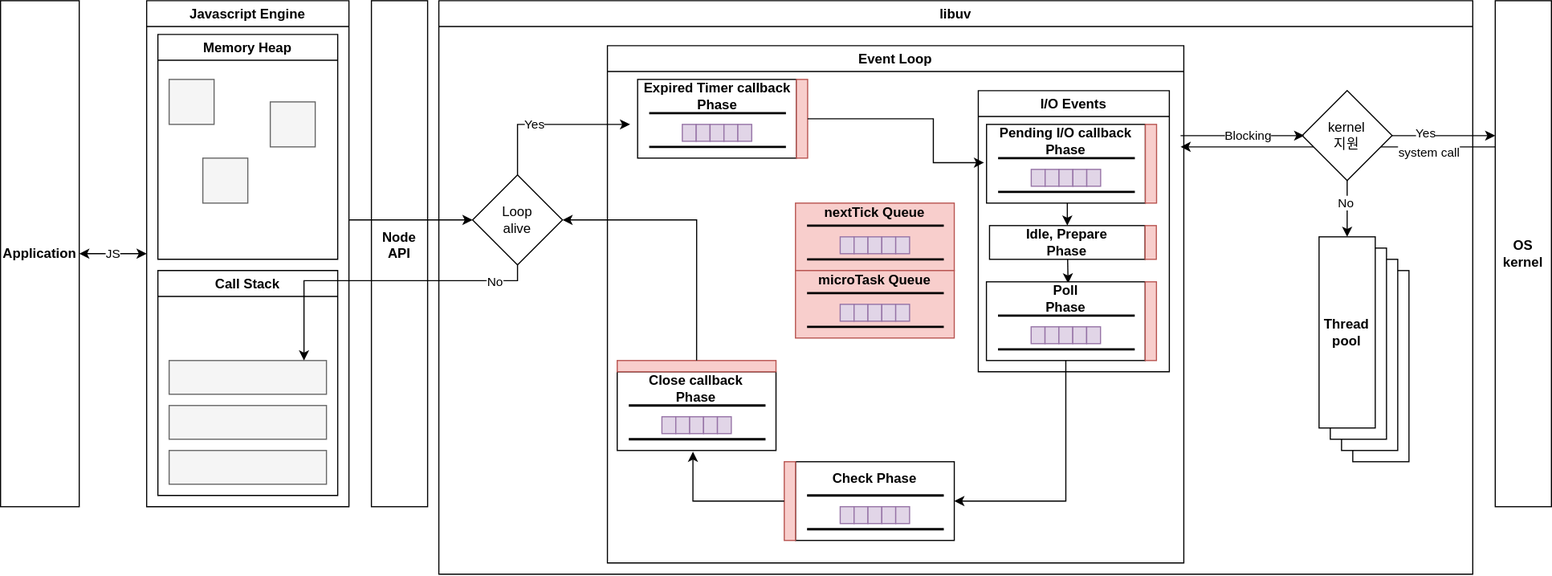
The draw.io diagram 08/yongki/assets/node.drawio.svg in cs-study-org/cs-study, before a commit. Source tidied: cells renumbered, new cells last; positions are measured from the earlier drawing's top-left corner, leaving out a move shared by most shapes.
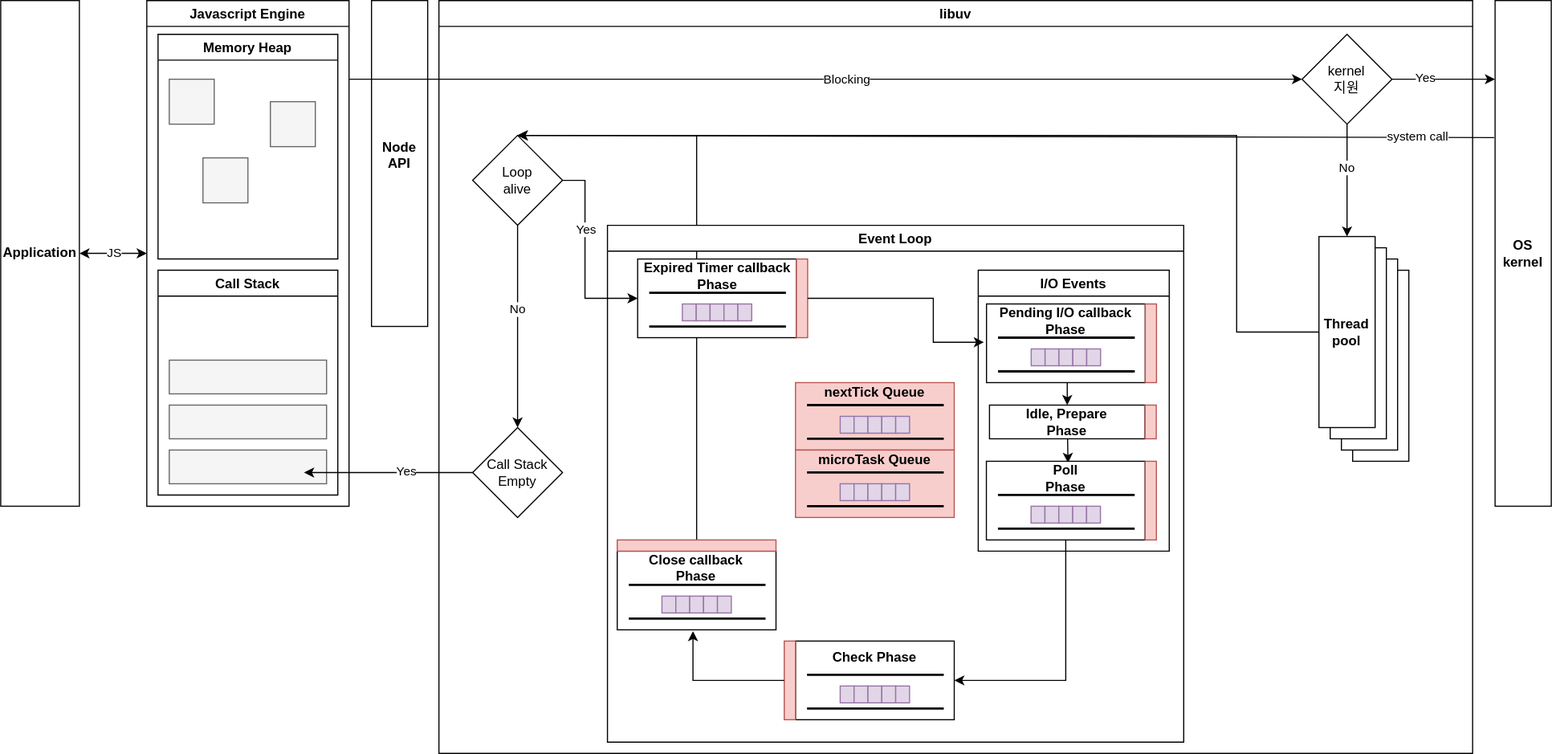
After the commit.

Commit message:
:bento: Update node diagram

all blocking goes background

What changed in the source:
```diff
@@ -11,14 +11,12 @@
     <mxCell id="4" style="rounded=0;whiteSpace=wrap;html=1;" parent="1" vertex="1">
       <mxGeometry x="1183.2" y="220" width="50" height="170" as="geometry" />
     </mxCell>
-    <mxCell id="5" style="edgeStyle=none;html=1;exitX=0;exitY=0.289;exitDx=0;exitDy=0;exitPerimeter=0;endArrow=classic;endFill=1;" parent="1" edge="1" source="7">
-      <mxGeometry relative="1" as="geometry">
-        <mxPoint x="1050" y="130" as="targetPoint" />
-      </mxGeometry>
+    <mxCell id="5" style="edgeStyle=none;html=1;exitX=-0.017;exitY=0.271;exitDx=0;exitDy=0;exitPerimeter=0;endArrow=classic;endFill=1;entryX=0.5;entryY=0;entryDx=0;entryDy=0;" parent="1" edge="1" source="7" target="95">
+      <mxGeometry relative="1" as="geometry" />
     </mxCell>
     <mxCell id="6" value="system call" style="edgeLabel;html=1;align=center;verticalAlign=middle;" parent="5" vertex="1">
       <mxGeometry x="0.69" y="2" relative="1" as="geometry">
-        <mxPoint x="177" y="3" as="offset" />
+        <mxPoint x="666" y="-2" as="offset" />
       </mxGeometry>
     </mxCell>
     <mxCell id="7" value="&lt;b&gt;OS kernel&lt;/b&gt;" style="rounded=0;whiteSpace=wrap;html=1;" parent="1" vertex="1">
@@ -52,10 +50,17 @@
       <mxGeometry x="10" y="80" width="140" height="30" as="geometry" />
     </mxCell>
     <mxCell id="17" value="libuv" style="swimlane;" parent="1" vertex="1">
-      <mxGeometry x="390" width="920" height="510" as="geometry" />
+      <mxGeometry x="390" width="920" height="670" as="geometry" />
     </mxCell>
+    <mxCell id="112" style="edgeStyle=orthogonalEdgeStyle;rounded=0;html=1;entryX=0.5;entryY=0;entryDx=0;entryDy=0;" parent="17" edge="1" source="72" target="95">
+      <mxGeometry relative="1" as="geometry">
+        <Array as="points">
+          <mxPoint x="229" y="120" />
+        </Array>
+      </mxGeometry>
+    </mxCell>
     <mxCell id="18" value="Event Loop" style="swimlane;" parent="17" vertex="1">
-      <mxGeometry x="150" y="40" width="512.9" height="460" as="geometry" />
+      <mxGeometry x="150" y="200" width="512.9" height="460" as="geometry" />
     </mxCell>
     <mxCell id="19" value="I/O Events" style="swimlane;" parent="18" vertex="1">
       <mxGeometry x="330" y="40" width="170" height="250" as="geometry" />
@@ -287,51 +292,51 @@
     <mxCell id="92" style="edgeStyle=orthogonalEdgeStyle;rounded=0;html=1;entryX=0.477;entryY=1.016;entryDx=0;entryDy=0;entryPerimeter=0;endArrow=classic;endFill=1;" parent="18" edge="1" source="82" target="71">
       <mxGeometry relative="1" as="geometry" />
     </mxCell>
-    <mxCell id="93" style="edgeStyle=orthogonalEdgeStyle;rounded=0;html=1;entryX=0;entryY=0.5;entryDx=0;entryDy=0;startArrow=none;startFill=0;endArrow=classic;endFill=1;exitX=0.5;exitY=0;exitDx=0;exitDy=0;" parent="17" edge="1" source="95">
-      <mxGeometry relative="1" as="geometry">
-        <mxPoint x="170.2" y="110" as="targetPoint" />
-        <Array as="points">
-          <mxPoint x="70" y="110" />
-        </Array>
-      </mxGeometry>
-    </mxCell>
-    <mxCell id="94" value="Yes" style="edgeLabel;html=1;align=center;verticalAlign=middle;" parent="93" vertex="1">
-      <mxGeometry x="-0.18" relative="1" as="geometry" />
-    </mxCell>
+    <mxCell id="113" style="edgeStyle=orthogonalEdgeStyle;rounded=0;html=1;entryX=0;entryY=0.5;entryDx=0;entryDy=0;" parent="17" edge="1" source="95" target="45">
+      <mxGeometry relative="1" as="geometry">
+        <Array as="points">
+          <mxPoint x="130" y="160" />
+          <mxPoint x="130" y="265" />
+        </Array>
+      </mxGeometry>
+    </mxCell>
+    <mxCell id="114" value="Yes" style="edgeLabel;html=1;align=center;verticalAlign=middle;" parent="113" vertex="1">
+      <mxGeometry x="-0.27" relative="1" as="geometry" />
+    </mxCell>
     <mxCell id="95" value="Loop &lt;br&gt;alive" style="rhombus;whiteSpace=wrap;html=1;" parent="17" vertex="1">
-      <mxGeometry x="30" y="155" width="80" height="80" as="geometry" />
+      <mxGeometry x="30" y="120" width="80" height="80" as="geometry" />
     </mxCell>
+    <mxCell id="115" style="edgeStyle=orthogonalEdgeStyle;rounded=0;html=1;entryX=0.5;entryY=0;entryDx=0;entryDy=0;" parent="17" edge="1" source="96" target="95">
+      <mxGeometry relative="1" as="geometry">
+        <Array as="points">
+          <mxPoint x="710" y="295" />
+          <mxPoint x="710" y="120" />
+        </Array>
+      </mxGeometry>
+    </mxCell>
     <mxCell id="96" value="&lt;b&gt;Thread pool&lt;/b&gt;" style="rounded=0;whiteSpace=wrap;html=1;" parent="17" vertex="1">
       <mxGeometry x="783.2" y="210" width="50" height="170" as="geometry" />
     </mxCell>
     <mxCell id="97" value="kernel&lt;br&gt;지원" style="rhombus;whiteSpace=wrap;html=1;" parent="17" vertex="1">
-      <mxGeometry x="768.2" y="80" width="80" height="80" as="geometry" />
+      <mxGeometry x="768.2" y="30" width="80" height="80" as="geometry" />
     </mxCell>
-    <mxCell id="98" style="edgeStyle=none;html=1;" parent="17" edge="1">
-      <mxGeometry relative="1" as="geometry">
-        <mxPoint x="660" y="120" as="sourcePoint" />
-        <mxPoint x="770" y="120" as="targetPoint" />
-        <Array as="points">
-          <mxPoint x="770" y="120" />
-        </Array>
-      </mxGeometry>
-    </mxCell>
-    <mxCell id="99" value="Blocking" style="edgeLabel;html=1;align=center;verticalAlign=middle;" parent="98" vertex="1">
-      <mxGeometry x="-0.09" relative="1" as="geometry">
-        <mxPoint x="10" as="offset" />
-      </mxGeometry>
-    </mxCell>
     <mxCell id="100" style="edgeStyle=none;html=1;exitX=0.5;exitY=1;exitDx=0;exitDy=0;entryX=0.5;entryY=0;entryDx=0;entryDy=0;" parent="17" edge="1" source="97" target="96">
       <mxGeometry relative="1" as="geometry" />
     </mxCell>
     <mxCell id="101" value="No" style="edgeLabel;html=1;align=center;verticalAlign=middle;" parent="100" vertex="1">
       <mxGeometry x="-0.22" y="-1" relative="1" as="geometry" />
     </mxCell>
-    <mxCell id="102" style="edgeStyle=orthogonalEdgeStyle;rounded=0;html=1;entryX=1;entryY=0.5;entryDx=0;entryDy=0;endArrow=classic;endFill=1;exitX=0.5;exitY=0;exitDx=0;exitDy=0;" parent="17" edge="1" source="79" target="95">
-      <mxGeometry relative="1" as="geometry" />
-    </mxCell>
+    <mxCell id="116" value="Call Stack&lt;br&gt;Empty" style="rhombus;whiteSpace=wrap;html=1;" parent="17" vertex="1">
+      <mxGeometry x="30" y="380" width="80" height="80" as="geometry" />
+    </mxCell>
+    <mxCell id="108" style="html=1;startArrow=none;startFill=0;endArrow=classic;endFill=1;rounded=0;exitX=0.5;exitY=1;exitDx=0;exitDy=0;entryX=0.5;entryY=0;entryDx=0;entryDy=0;edgeStyle=orthogonalEdgeStyle;" parent="17" edge="1" source="95" target="116">
+      <mxGeometry relative="1" as="geometry" />
+    </mxCell>
+    <mxCell id="109" value="No" style="edgeLabel;html=1;align=center;verticalAlign=middle;" parent="108" vertex="1">
+      <mxGeometry x="-0.17" y="-1" relative="1" as="geometry" />
+    </mxCell>
     <mxCell id="103" value="&lt;b&gt;Node&lt;br&gt;API&lt;br&gt;&lt;br&gt;&lt;/b&gt;" style="rounded=0;whiteSpace=wrap;html=1;" parent="1" vertex="1">
-      <mxGeometry x="330" width="50" height="450" as="geometry" />
+      <mxGeometry x="330" width="50" height="290" as="geometry" />
     </mxCell>
     <mxCell id="104" style="edgeStyle=none;html=1;entryX=0;entryY=0.5;entryDx=0;entryDy=0;startArrow=classic;startFill=1;" parent="1" edge="1">
       <mxGeometry relative="1" as="geometry">
@@ -347,32 +352,27 @@
     <mxCell id="106" value="&lt;b&gt;Application&lt;br&gt;&lt;/b&gt;" style="rounded=0;whiteSpace=wrap;html=1;" parent="1" vertex="1">
       <mxGeometry width="70" height="450" as="geometry" />
     </mxCell>
-    <mxCell id="107" style="edgeStyle=none;html=1;startArrow=classic;startFill=1;endArrow=none;endFill=0;" parent="1" edge="1" source="95">
+    <mxCell id="107" style="edgeStyle=none;html=1;startArrow=classic;startFill=1;endArrow=none;endFill=0;" parent="1" edge="1" source="97">
       <mxGeometry relative="1" as="geometry">
-        <mxPoint x="310" y="195" as="targetPoint" />
+        <mxPoint x="310" y="70" as="targetPoint" />
       </mxGeometry>
     </mxCell>
-    <mxCell id="108" style="edgeStyle=orthogonalEdgeStyle;html=1;startArrow=none;startFill=0;endArrow=classic;endFill=1;rounded=0;exitX=0.5;exitY=1;exitDx=0;exitDy=0;" parent="1" edge="1" source="95">
-      <mxGeometry relative="1" as="geometry">
-        <mxPoint x="270" y="320" as="targetPoint" />
-        <Array as="points">
-          <mxPoint x="460" y="249" />
-          <mxPoint x="270" y="249" />
-        </Array>
-      </mxGeometry>
-    </mxCell>
-    <mxCell id="109" value="No" style="edgeLabel;html=1;align=center;verticalAlign=middle;" parent="108" vertex="1">
-      <mxGeometry x="-0.83" relative="1" as="geometry">
-        <mxPoint x="-10" y="1" as="offset" />
-      </mxGeometry>
-    </mxCell>
+    <mxCell id="99" value="Blocking" style="edgeLabel;html=1;align=center;verticalAlign=middle;" parent="107" vertex="1">
+      <mxGeometry x="-0.05" y="-1" relative="1" as="geometry" />
+    </mxCell>
     <mxCell id="110" style="edgeStyle=none;html=1;" parent="1" edge="1" source="97">
       <mxGeometry relative="1" as="geometry">
-        <mxPoint x="1330" y="120" as="targetPoint" />
+        <mxPoint x="1330" y="70" as="targetPoint" />
       </mxGeometry>
     </mxCell>
     <mxCell id="111" value="Yes" style="edgeLabel;html=1;align=center;verticalAlign=middle;" parent="110" vertex="1">
       <mxGeometry x="-0.36" y="2" relative="1" as="geometry" />
     </mxCell>
+    <mxCell id="117" style="edgeStyle=none;html=1;exitX=0;exitY=0.5;exitDx=0;exitDy=0;entryX=0.857;entryY=0.667;entryDx=0;entryDy=0;entryPerimeter=0;" parent="1" edge="1" source="116" target="14">
+      <mxGeometry relative="1" as="geometry" />
+    </mxCell>
+    <mxCell id="118" value="Yes" style="edgeLabel;html=1;align=center;verticalAlign=middle;" parent="117" vertex="1">
+      <mxGeometry x="-0.2" y="-2" relative="1" as="geometry" />
+    </mxCell>
   </root>
 </mxGraphModel>
```
